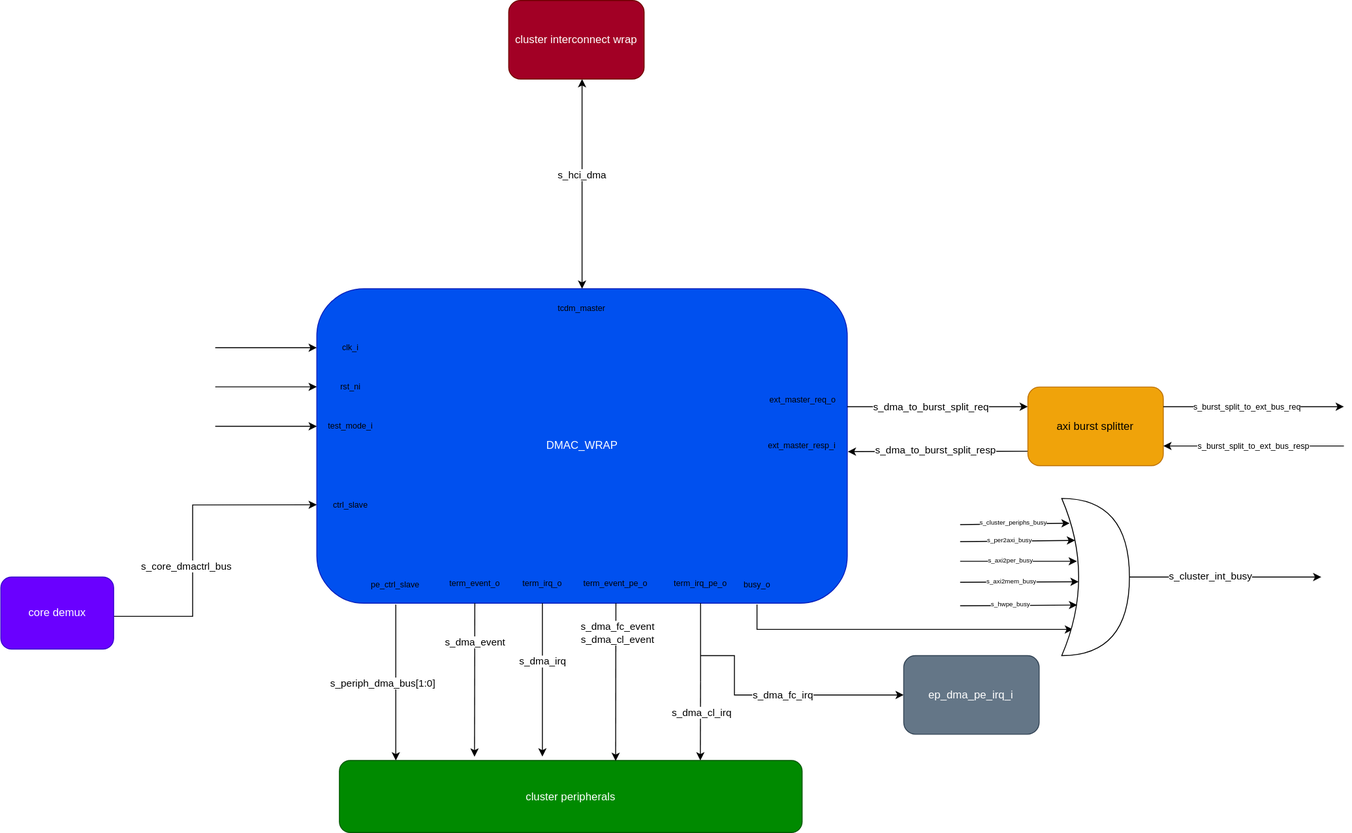
Earlier version of the draw.io export images/iDMA_Cluster_integration.drawio.svg (FondazioneChipsIT/iDMA). Source tidied: cells renumbered, new cells last; positions are measured from the earlier drawing's top-left corner, leaving out a move shared by most shapes.
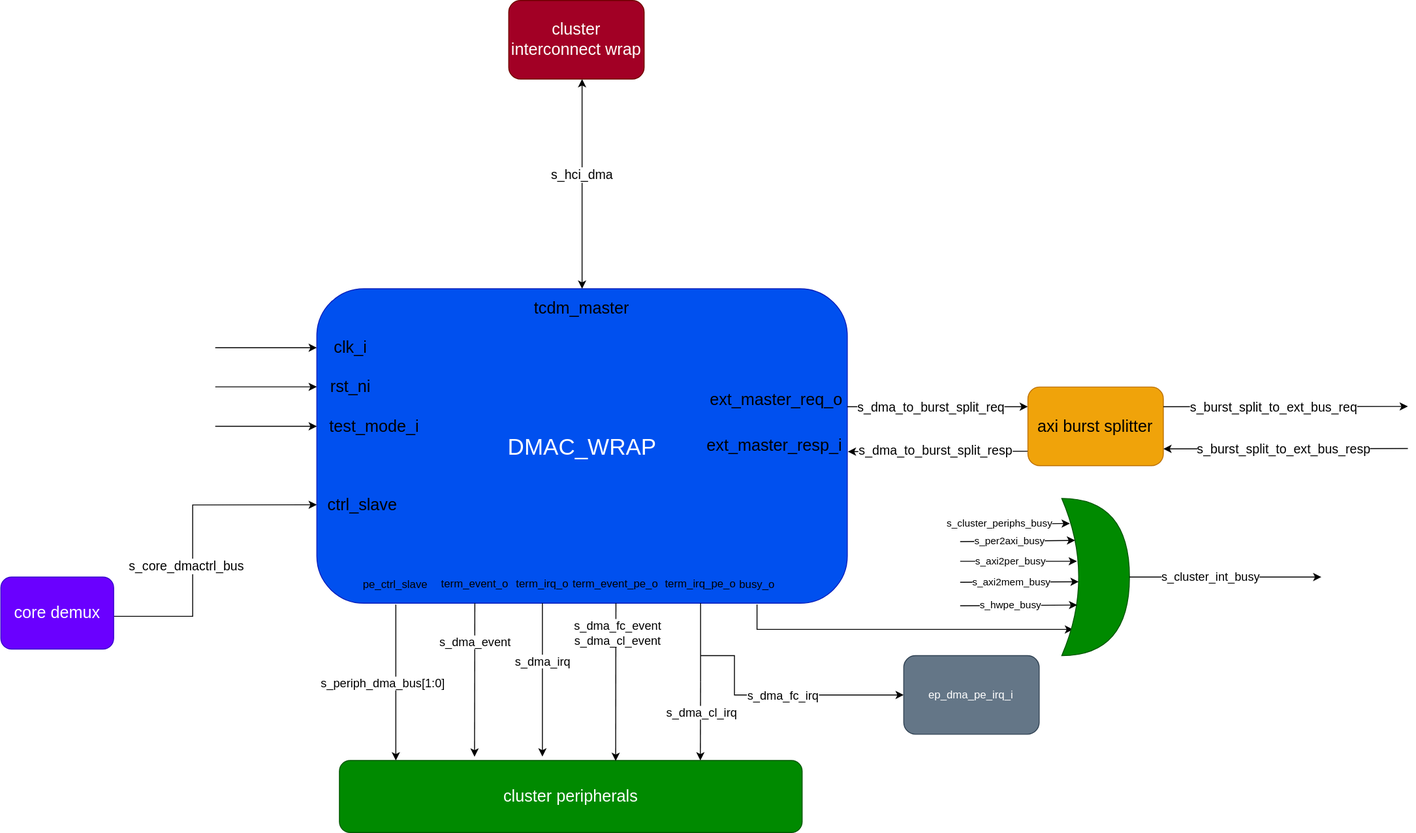
The same diagram one commit later.

Commit message:
Deployed af40323 with MkDocs version: 1.6.1

What changed in the source:
```diff
@@ -4,45 +4,45 @@
     <mxCell id="1" parent="0" />
-    <mxCell id="2" style="group;" parent="1" vertex="1">
+    <mxCell id="2" style="group;fontSize=12;" parent="1" vertex="1">
       <mxGeometry width="1470" height="910" as="geometry" />
     </mxCell>
-    <mxCell id="3" value="DMAC_WRAP" style="rounded=1;whiteSpace=wrap;html=1;fillColor=#0050ef;fontColor=#ffffff;strokeColor=#001DBC;" parent="2" vertex="1">
+    <mxCell id="3" value="&lt;font style=&quot;font-size: 25px;&quot;&gt;DMAC_WRAP&lt;/font&gt;" style="rounded=1;whiteSpace=wrap;html=1;fillColor=#0050ef;fontColor=#ffffff;strokeColor=#001DBC;" parent="2" vertex="1">
       <mxGeometry x="345.9" y="315.3" width="580.6" height="343.9" as="geometry" />
     </mxCell>
-    <mxCell id="4" value="clk_i" style="text;html=1;whiteSpace=wrap;strokeColor=none;fillColor=none;align=center;verticalAlign=middle;rounded=0;fontSize=9;" parent="2" vertex="1">
+    <mxCell id="4" value="clk_i" style="text;html=1;whiteSpace=wrap;strokeColor=none;fillColor=none;align=center;verticalAlign=middle;rounded=0;fontSize=18;" parent="2" vertex="1">
       <mxGeometry x="345.9" y="358.3" width="74.1" height="43" as="geometry" />
     </mxCell>
-    <mxCell id="5" value="rst_ni" style="text;html=1;whiteSpace=wrap;strokeColor=none;fillColor=none;align=center;verticalAlign=middle;rounded=0;fontSize=9;" parent="2" vertex="1">
+    <mxCell id="5" value="rst_ni" style="text;html=1;whiteSpace=wrap;strokeColor=none;fillColor=none;align=center;verticalAlign=middle;rounded=0;fontSize=18;" parent="2" vertex="1">
       <mxGeometry x="345.9" y="401.3" width="74.1" height="43" as="geometry" />
     </mxCell>
-    <mxCell id="6" value="test_mode_i" style="text;html=1;whiteSpace=wrap;strokeColor=none;fillColor=none;align=center;verticalAlign=middle;rounded=0;fontSize=9;" parent="2" vertex="1">
-      <mxGeometry x="345.9" y="444.3" width="74.1" height="43" as="geometry" />
+    <mxCell id="6" value="test_mode_i" style="text;html=1;whiteSpace=wrap;strokeColor=none;fillColor=none;align=center;verticalAlign=middle;rounded=0;fontSize=18;" parent="2" vertex="1">
+      <mxGeometry x="371.9" y="444.3" width="74.1" height="43" as="geometry" />
     </mxCell>
-    <mxCell id="7" value="pe_ctrl_slave" style="text;html=1;whiteSpace=wrap;strokeColor=none;fillColor=none;align=center;verticalAlign=middle;rounded=0;fontSize=9;" parent="2" vertex="1">
+    <mxCell id="7" value="pe_ctrl_slave" style="text;html=1;whiteSpace=wrap;strokeColor=none;fillColor=none;align=center;verticalAlign=middle;rounded=0;fontSize=12;" parent="2" vertex="1">
       <mxGeometry x="395.3" y="617.7" width="74.1" height="43" as="geometry" />
     </mxCell>
-    <mxCell id="8" value="ctrl_slave" style="text;html=1;whiteSpace=wrap;strokeColor=none;fillColor=none;align=center;verticalAlign=middle;rounded=0;fontSize=9;" parent="2" vertex="1">
-      <mxGeometry x="345.9" y="530.2" width="74.1" height="43" as="geometry" />
+    <mxCell id="8" value="ctrl_slave" style="text;html=1;whiteSpace=wrap;strokeColor=none;fillColor=none;align=center;verticalAlign=middle;rounded=0;fontSize=18;" parent="2" vertex="1">
+      <mxGeometry x="358.9" y="530.2" width="74.1" height="43" as="geometry" />
     </mxCell>
-    <mxCell id="9" value="tcdm_master" style="text;html=1;whiteSpace=wrap;strokeColor=none;fillColor=none;align=center;verticalAlign=middle;rounded=0;fontSize=9;" parent="2" vertex="1">
+    <mxCell id="9" value="tcdm_master" style="text;html=1;whiteSpace=wrap;strokeColor=none;fillColor=none;align=center;verticalAlign=middle;rounded=0;fontSize=18;" parent="2" vertex="1">
       <mxGeometry x="599.1" y="315.3" width="74.1" height="43" as="geometry" />
     </mxCell>
-    <mxCell id="10" value="ext_master_req_o" style="text;html=1;whiteSpace=wrap;strokeColor=none;fillColor=none;align=center;verticalAlign=middle;rounded=0;fontSize=9;" parent="2" vertex="1">
-      <mxGeometry x="841.2" y="415.6" width="74.1" height="43" as="geometry" />
+    <mxCell id="10" value="ext_master_req_o" style="text;html=1;whiteSpace=wrap;strokeColor=none;fillColor=none;align=center;verticalAlign=middle;rounded=0;fontSize=18;" parent="2" vertex="1">
+      <mxGeometry x="812.2" y="415.6" width="74.1" height="43" as="geometry" />
     </mxCell>
-    <mxCell id="11" value="ext_master_resp_i" style="text;html=1;whiteSpace=wrap;strokeColor=none;fillColor=none;align=center;verticalAlign=middle;rounded=0;fontSize=9;" parent="2" vertex="1">
-      <mxGeometry x="840" y="465.7" width="74.1" height="43" as="geometry" />
+    <mxCell id="11" value="ext_master_resp_i" style="text;html=1;whiteSpace=wrap;strokeColor=none;fillColor=none;align=center;verticalAlign=middle;rounded=0;fontSize=18;" parent="2" vertex="1">
+      <mxGeometry x="810" y="465.7" width="74.1" height="43" as="geometry" />
     </mxCell>
-    <mxCell id="12" value="term_event_o" style="text;html=1;whiteSpace=wrap;strokeColor=none;fillColor=none;align=center;verticalAlign=middle;rounded=0;fontSize=9;" parent="2" vertex="1">
+    <mxCell id="12" value="term_event_o" style="text;html=1;whiteSpace=wrap;strokeColor=none;fillColor=none;align=center;verticalAlign=middle;rounded=0;fontSize=12;" parent="2" vertex="1">
       <mxGeometry x="481.8" y="616.2" width="74.1" height="43" as="geometry" />
     </mxCell>
-    <mxCell id="13" value="term_irq_o" style="text;html=1;whiteSpace=wrap;strokeColor=none;fillColor=none;align=center;verticalAlign=middle;rounded=0;fontSize=9;" parent="2" vertex="1">
+    <mxCell id="13" value="term_irq_o" style="text;html=1;whiteSpace=wrap;strokeColor=none;fillColor=none;align=center;verticalAlign=middle;rounded=0;fontSize=12;" parent="2" vertex="1">
       <mxGeometry x="555.9" y="616.2" width="74.1" height="43" as="geometry" />
     </mxCell>
-    <mxCell id="14" value="term_event_pe_o" style="text;html=1;whiteSpace=wrap;strokeColor=none;fillColor=none;align=center;verticalAlign=middle;rounded=0;fontSize=9;" parent="2" vertex="1">
+    <mxCell id="14" value="term_event_pe_o" style="text;html=1;whiteSpace=wrap;strokeColor=none;fillColor=none;align=center;verticalAlign=middle;rounded=0;fontSize=12;" parent="2" vertex="1">
       <mxGeometry x="636.2" y="616.2" width="74.1" height="43" as="geometry" />
     </mxCell>
-    <mxCell id="15" value="term_irq_pe_o" style="text;html=1;whiteSpace=wrap;strokeColor=none;fillColor=none;align=center;verticalAlign=middle;rounded=0;fontSize=9;" parent="2" vertex="1">
+    <mxCell id="15" value="term_irq_pe_o" style="text;html=1;whiteSpace=wrap;strokeColor=none;fillColor=none;align=center;verticalAlign=middle;rounded=0;fontSize=12;" parent="2" vertex="1">
       <mxGeometry x="728.8" y="616.2" width="74.1" height="43" as="geometry" />
     </mxCell>
-    <mxCell id="16" value="busy_o" style="text;html=1;whiteSpace=wrap;strokeColor=none;fillColor=none;align=center;verticalAlign=middle;rounded=0;fontSize=9;" parent="2" vertex="1">
+    <mxCell id="16" value="busy_o" style="text;html=1;whiteSpace=wrap;strokeColor=none;fillColor=none;align=center;verticalAlign=middle;rounded=0;fontSize=12;" parent="2" vertex="1">
       <mxGeometry x="790.6" y="617.7" width="74.1" height="43" as="geometry" />
@@ -66,3 +66,3 @@
     </mxCell>
-    <mxCell id="20" value="cluster peripherals" style="rounded=1;whiteSpace=wrap;html=1;fillColor=#008a00;fontColor=#ffffff;strokeColor=#005700;" parent="2" vertex="1">
+    <mxCell id="20" value="&lt;font style=&quot;font-size: 18px;&quot;&gt;cluster peripherals&lt;/font&gt;" style="rounded=1;whiteSpace=wrap;html=1;fillColor=#008a00;fontColor=#ffffff;strokeColor=#005700;" parent="2" vertex="1">
       <mxGeometry x="370.6" y="831.2" width="506.5" height="78.8" as="geometry" />
@@ -79,3 +79,3 @@
     </mxCell>
-    <mxCell id="22" value="s_core_dmactrl_bus" style="edgeLabel;html=1;align=center;verticalAlign=middle;" parent="21" vertex="1">
+    <mxCell id="22" value="s_core_dmactrl_bus" style="edgeLabel;html=1;align=center;verticalAlign=middle;fontSize=14;" parent="21" vertex="1">
       <mxGeometry x="0.01" y="1" relative="1" as="geometry">
@@ -84,3 +84,3 @@
     </mxCell>
-    <mxCell id="23" value="core demux" style="rounded=1;whiteSpace=wrap;html=1;fillColor=#6a00ff;fontColor=#ffffff;strokeColor=#3700CC;" parent="2" vertex="1">
+    <mxCell id="23" value="&lt;font style=&quot;font-size: 18px;&quot;&gt;core demux&lt;/font&gt;" style="rounded=1;whiteSpace=wrap;html=1;fillColor=#6a00ff;fontColor=#ffffff;strokeColor=#3700CC;fontSize=17;" parent="2" vertex="1">
       <mxGeometry y="630.6" width="123.5" height="78.8" as="geometry" />
@@ -93,6 +93,6 @@
     </mxCell>
-    <mxCell id="25" value="s_hci_dma" style="edgeLabel;html=1;align=center;verticalAlign=middle;" parent="24" vertex="1">
+    <mxCell id="25" value="s_hci_dma" style="edgeLabel;html=1;align=center;verticalAlign=middle;fontSize=14;" parent="24" vertex="1">
       <mxGeometry x="0.09" y="1" relative="1" as="geometry" />
     </mxCell>
-    <mxCell id="26" value="cluster interconnect wrap" style="rounded=1;whiteSpace=wrap;html=1;fillColor=#a20025;fontColor=#ffffff;strokeColor=#6F0000;" parent="2" vertex="1">
+    <mxCell id="26" value="&lt;font style=&quot;font-size: 18px;&quot;&gt;cluster interconnect wrap&lt;/font&gt;" style="rounded=1;whiteSpace=wrap;html=1;fillColor=#a20025;fontColor=#ffffff;strokeColor=#6F0000;" parent="2" vertex="1">
       <mxGeometry x="555.9" width="148.2" height="86" as="geometry" />
@@ -105,3 +105,3 @@
     </mxCell>
-    <mxCell id="28" value="s_dma_to_burst_split_req" style="edgeLabel;html=1;align=center;verticalAlign=middle;" parent="27" vertex="1">
+    <mxCell id="28" value="s_dma_to_burst_split_req" style="edgeLabel;html=1;align=center;verticalAlign=middle;fontSize=14;" parent="27" vertex="1">
       <mxGeometry x="-0.15" y="-2" relative="1" as="geometry">
@@ -115,6 +115,6 @@
     </mxCell>
-    <mxCell id="30" value="axi burst splitter" style="rounded=1;whiteSpace=wrap;html=1;fillColor=#f0a30a;fontColor=#000000;strokeColor=#BD7000;" parent="2" vertex="1">
+    <mxCell id="30" value="&lt;font style=&quot;font-size: 18px;&quot;&gt;axi burst splitter&lt;/font&gt;" style="rounded=1;whiteSpace=wrap;html=1;fillColor=#f0a30a;fontColor=#000000;strokeColor=#BD7000;fontSize=14;" parent="2" vertex="1">
       <mxGeometry x="1124.1" y="422.8" width="148.2" height="86" as="geometry" />
     </mxCell>
-    <mxCell id="31" value="s_dma_to_burst_split_resp" style="edgeLabel;html=1;align=center;verticalAlign=middle;" parent="2" vertex="1">
+    <mxCell id="31" value="&lt;font style=&quot;font-size: 14px;&quot;&gt;s_dma_to_burst_split_resp&lt;/font&gt;" style="edgeLabel;html=1;align=center;verticalAlign=middle;" parent="2" vertex="1">
       <mxGeometry x="1022.8" y="491.5" as="geometry" />
@@ -124,6 +124,6 @@
         <mxPoint x="1272.4" y="444.3" as="sourcePoint" />
-        <mxPoint x="1470" y="444.3" as="targetPoint" />
+        <mxPoint x="1540" y="444" as="targetPoint" />
       </mxGeometry>
     </mxCell>
-    <mxCell id="33" value="s_burst_split_to_ext_bus_req" style="edgeLabel;html=1;align=center;verticalAlign=middle;fontSize=9;" parent="32" vertex="1">
+    <mxCell id="33" value="s_burst_split_to_ext_bus_req" style="edgeLabel;html=1;align=center;verticalAlign=middle;fontSize=14;" parent="32" vertex="1">
       <mxGeometry x="-0.15" y="-2" relative="1" as="geometry">
@@ -132,9 +132,8 @@
     </mxCell>
-    <mxCell id="34" style="endArrow=classic;html=1;rounded=0;entryX=1.001;entryY=0.518;entryDx=0;entryDy=0;entryPerimeter=0;" parent="2" edge="1">
+    <mxCell id="34" style="endArrow=classic;html=1;rounded=0;entryX=1;entryY=0.787;entryDx=0;entryDy=0;entryPerimeter=0;" parent="2" edge="1" target="30">
       <mxGeometry relative="1" as="geometry">
-        <mxPoint x="1470" y="487.2" as="sourcePoint" />
-        <mxPoint x="1272.4" y="487.2" as="targetPoint" />
+        <mxPoint x="1540" y="490" as="sourcePoint" />
       </mxGeometry>
     </mxCell>
-    <mxCell id="35" value="s_burst_split_to_ext_bus_resp" style="edgeLabel;html=1;align=center;verticalAlign=middle;fontSize=9;" parent="34" vertex="1">
+    <mxCell id="35" value="s_burst_split_to_ext_bus_resp" style="edgeLabel;html=1;align=center;verticalAlign=middle;fontSize=14;" parent="34" vertex="1">
       <mxGeometry x="0.06" relative="1" as="geometry">
@@ -148,3 +147,3 @@
     </mxCell>
-    <mxCell id="37" value="s_periph_dma_bus[1:0]" style="edgeLabel;html=1;align=center;verticalAlign=middle;" parent="36" vertex="1">
+    <mxCell id="37" value="s_periph_dma_bus[1:0]" style="edgeLabel;html=1;align=center;verticalAlign=middle;fontSize=13;" parent="36" vertex="1">
       <mxGeometry x="0.01" y="1" relative="1" as="geometry">
@@ -156,3 +155,3 @@
     </mxCell>
-    <mxCell id="39" value="s_dma_event" style="edgeLabel;html=1;align=center;verticalAlign=middle;" parent="38" vertex="1">
+    <mxCell id="39" value="s_dma_event" style="edgeLabel;html=1;align=center;verticalAlign=middle;fontSize=13;" parent="38" vertex="1">
       <mxGeometry x="-0.5" relative="1" as="geometry" />
@@ -165,3 +164,3 @@
     </mxCell>
-    <mxCell id="41" value="s_dma_irq" style="edgeLabel;html=1;align=center;verticalAlign=middle;" parent="40" vertex="1">
+    <mxCell id="41" value="s_dma_irq" style="edgeLabel;html=1;align=center;verticalAlign=middle;fontSize=13;" parent="40" vertex="1">
       <mxGeometry x="-0.5" relative="1" as="geometry">
@@ -173,3 +172,3 @@
     </mxCell>
-    <mxCell id="43" value="s_dma_fc_event&lt;div&gt;s_dma_cl_event&lt;/div&gt;" style="edgeLabel;html=1;align=center;verticalAlign=middle;" parent="42" vertex="1">
+    <mxCell id="43" value="s_dma_fc_event&lt;div&gt;s_dma_cl_event&lt;/div&gt;" style="edgeLabel;html=1;align=center;verticalAlign=middle;fontSize=13;" parent="42" vertex="1">
       <mxGeometry x="-0.63" y="1" relative="1" as="geometry" />
@@ -186,3 +185,3 @@
     </mxCell>
-    <mxCell id="46" value="s_dma_cl_irq" style="edgeLabel;html=1;align=center;verticalAlign=middle;" parent="45" vertex="1">
+    <mxCell id="46" value="s_dma_cl_irq" style="edgeLabel;html=1;align=center;verticalAlign=middle;fontSize=13;" parent="45" vertex="1">
       <mxGeometry x="-0.22" y="1" relative="1" as="geometry" />
@@ -199,3 +198,3 @@
     </mxCell>
-    <mxCell id="48" value="s_dma_fc_irq" style="edgeLabel;html=1;align=center;verticalAlign=middle;" parent="47" vertex="1">
+    <mxCell id="48" value="s_dma_fc_irq" style="edgeLabel;html=1;align=center;verticalAlign=middle;fontSize=13;" parent="47" vertex="1">
       <mxGeometry relative="1" as="geometry" />
@@ -213,12 +212,15 @@
     </mxCell>
-    <mxCell id="51" style="shape=xor;whiteSpace=wrap;html=1;" parent="2" vertex="1">
+    <mxCell id="51" style="shape=xor;whiteSpace=wrap;html=1;fillColor=#008a00;fontColor=#ffffff;strokeColor=#005700;" parent="2" vertex="1">
       <mxGeometry x="1161.2" y="544.6" width="74.1" height="172" as="geometry" />
     </mxCell>
-    <mxCell id="52" style="endArrow=classic;html=1;rounded=0;entryX=0.117;entryY=0.158;entryDx=0;entryDy=0;entryPerimeter=0;" parent="2" edge="1" target="51">
+    <mxCell id="52" style="endArrow=classic;html=1;rounded=0;" parent="2" edge="1">
       <mxGeometry relative="1" as="geometry">
-        <mxPoint x="1050" y="573.2" as="sourcePoint" />
+        <mxPoint x="1046" y="573.2" as="sourcePoint" />
+        <mxPoint x="1170" y="572" as="targetPoint" />
       </mxGeometry>
     </mxCell>
-    <mxCell id="53" value="s_cluster_periphs_busy" style="edgeLabel;html=1;align=center;verticalAlign=middle;fontSize=7;" parent="52" vertex="1">
-      <mxGeometry x="-0.03" y="1" relative="1" as="geometry" />
+    <mxCell id="53" value="s_cluster_periphs_busy" style="edgeLabel;html=1;align=center;verticalAlign=middle;fontSize=11;" parent="52" vertex="1">
+      <mxGeometry x="-0.03" y="1" relative="1" as="geometry">
+        <mxPoint x="-13" as="offset" />
+      </mxGeometry>
     </mxCell>
@@ -229,3 +231,3 @@
     </mxCell>
-    <mxCell id="55" value="s_per2axi_busy" style="edgeLabel;html=1;align=center;verticalAlign=middle;fontSize=7;" parent="54" vertex="1">
+    <mxCell id="55" value="s_per2axi_busy" style="edgeLabel;html=1;align=center;verticalAlign=middle;fontSize=11;" parent="54" vertex="1">
       <mxGeometry x="-0.16" y="-1" relative="1" as="geometry">
@@ -239,3 +241,3 @@
     </mxCell>
-    <mxCell id="57" value="s_axi2per_busy" style="edgeLabel;html=1;align=center;verticalAlign=middle;fontSize=7;" parent="56" vertex="1">
+    <mxCell id="57" value="s_axi2per_busy" style="edgeLabel;html=1;align=center;verticalAlign=middle;fontSize=11;" parent="56" vertex="1">
       <mxGeometry x="-0.16" y="-1" relative="1" as="geometry">
@@ -249,3 +251,3 @@
     </mxCell>
-    <mxCell id="59" value="s_axi2mem_busy" style="edgeLabel;html=1;align=center;verticalAlign=middle;fontSize=7;" parent="58" vertex="1">
+    <mxCell id="59" value="s_axi2mem_busy" style="edgeLabel;html=1;align=center;verticalAlign=middle;fontSize=11;" parent="58" vertex="1">
       <mxGeometry x="-0.16" y="-1" relative="1" as="geometry">
@@ -259,3 +261,3 @@
     </mxCell>
-    <mxCell id="61" value="s_hwpe_busy" style="edgeLabel;html=1;align=center;verticalAlign=middle;fontSize=7;" parent="60" vertex="1">
+    <mxCell id="61" value="s_hwpe_busy" style="edgeLabel;html=1;align=center;verticalAlign=middle;fontSize=11;" parent="60" vertex="1">
       <mxGeometry x="-0.16" y="-1" relative="1" as="geometry">
@@ -269,3 +271,3 @@
     </mxCell>
-    <mxCell id="63" value="s_cluster_int_busy" style="edgeLabel;html=1;align=center;verticalAlign=middle;" parent="62" vertex="1">
+    <mxCell id="63" value="s_cluster_int_busy" style="edgeLabel;html=1;align=center;verticalAlign=middle;fontSize=13;" parent="62" vertex="1">
       <mxGeometry x="-0.16" y="1" relative="1" as="geometry" />
```
